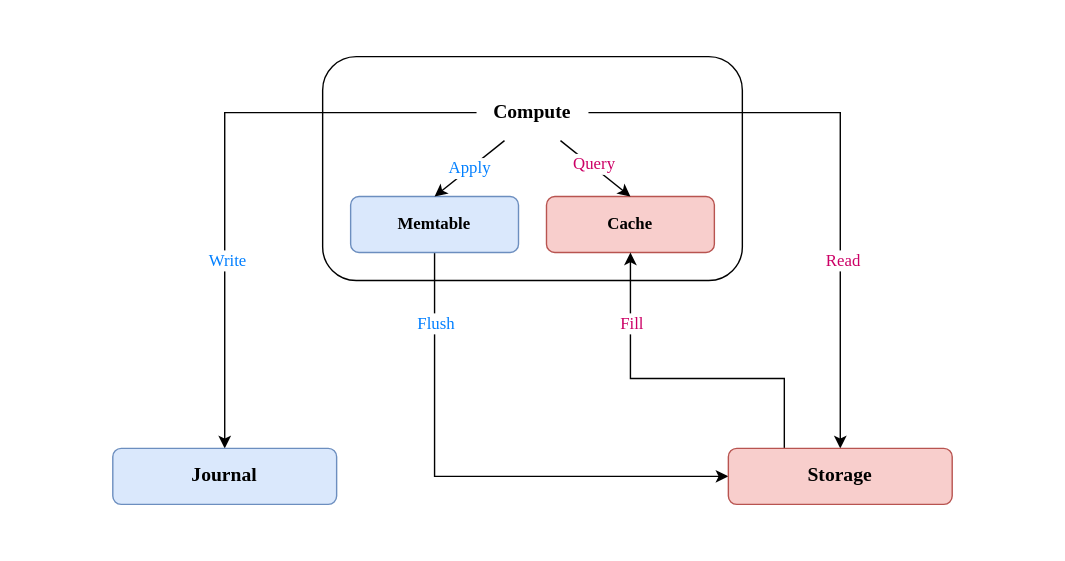
Earlier version of the draw.io export docs/images/20210808-compute-architecture.drawio.svg (engula/engula). Source tidied: cells renumbered, new cells last; positions are measured from the earlier drawing's top-left corner, leaving out a move shared by most shapes.
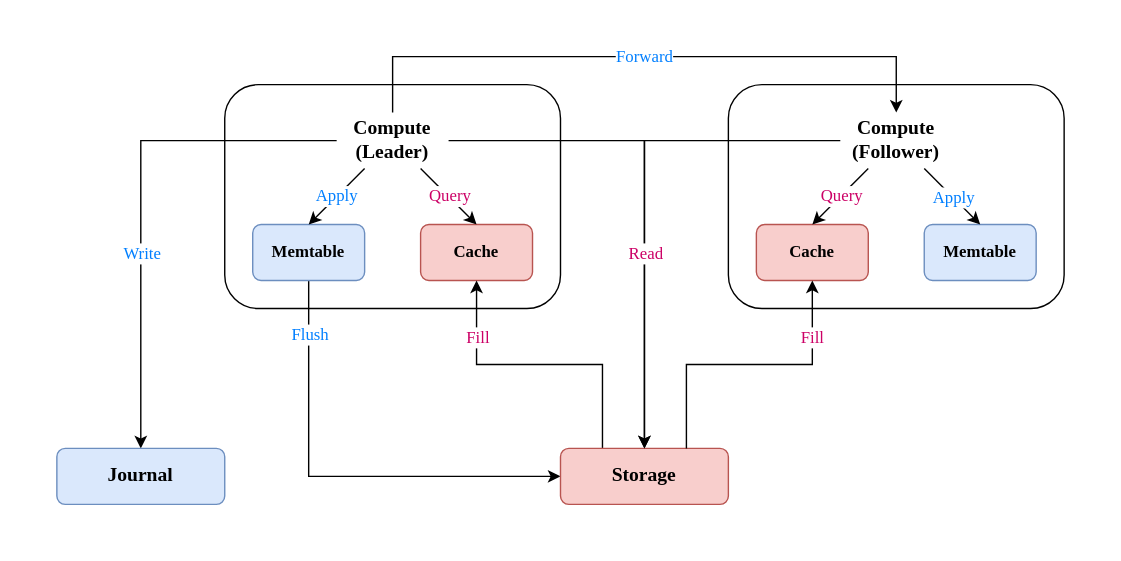
After the change.

The edit, as a diff of the source:
```diff
@@ -2,11 +2,11 @@
   <root>
     <mxCell id="0" />
     <mxCell id="1" parent="0" />
-    <mxCell id="2" style="rounded=0;whiteSpace=wrap;html=1;fontColor=#CC0066;strokeColor=none;" parent="1" vertex="1">
-      <mxGeometry width="760" height="400" as="geometry" />
+    <mxCell id="2" style="rounded=0;whiteSpace=wrap;html=1;strokeColor=none;" parent="1" vertex="1">
+      <mxGeometry y="-40" width="800" height="400" as="geometry" />
     </mxCell>
     <mxCell id="3" style="rounded=1;whiteSpace=wrap;html=1;" parent="1" vertex="1">
-      <mxGeometry x="230" y="40" width="300" height="160" as="geometry" />
+      <mxGeometry x="160" y="20" width="240" height="160" as="geometry" />
     </mxCell>
     <mxCell id="4" style="edgeStyle=orthogonalEdgeStyle;rounded=0;jettySize=auto;html=1;exitX=0.5;exitY=1;exitDx=0;exitDy=0;entryX=0;entryY=0.5;entryDx=0;entryDy=0;" parent="1" edge="1" source="6" target="19">
       <mxGeometry relative="1" as="geometry" />
@@ -17,63 +17,107 @@
       </mxGeometry>
     </mxCell>
     <mxCell id="6" value="&lt;font face=&quot;Operator Mono&quot;&gt;&lt;b&gt;Memtable&lt;/b&gt;&lt;/font&gt;" style="rounded=1;whiteSpace=wrap;html=1;fillColor=#dae8fc;strokeColor=#6c8ebf;" parent="1" vertex="1">
-      <mxGeometry x="250" y="140" width="120" height="40" as="geometry" />
+      <mxGeometry x="180" y="120" width="80" height="40" as="geometry" />
     </mxCell>
     <mxCell id="7" value="&lt;font face=&quot;Operator Mono&quot;&gt;&lt;b&gt;Cache&lt;/b&gt;&lt;/font&gt;" style="rounded=1;whiteSpace=wrap;html=1;fillColor=#f8cecc;strokeColor=#b85450;" parent="1" vertex="1">
-      <mxGeometry x="390" y="140" width="120" height="40" as="geometry" />
+      <mxGeometry x="300" y="120" width="80" height="40" as="geometry" />
     </mxCell>
-    <mxCell id="8" value="&lt;font face=&quot;Operator Mono&quot; style=&quot;font-size: 12px&quot; color=&quot;#007fff&quot;&gt;Apply&lt;/font&gt;" style="rounded=0;jettySize=auto;html=1;exitX=0.25;exitY=1;exitDx=0;exitDy=0;entryX=0.5;entryY=0;entryDx=0;entryDy=0;" parent="1" edge="1" source="15" target="6">
-      <mxGeometry relative="1" as="geometry" />
-    </mxCell>
     <mxCell id="9" style="edgeStyle=orthogonalEdgeStyle;rounded=0;jettySize=auto;html=1;exitX=0;exitY=0.5;exitDx=0;exitDy=0;entryX=0.5;entryY=0;entryDx=0;entryDy=0;" parent="1" edge="1" source="15" target="16">
       <mxGeometry relative="1" as="geometry">
         <Array as="points">
-          <mxPoint x="160" y="80" />
+          <mxPoint x="100" y="60" />
         </Array>
       </mxGeometry>
     </mxCell>
     <mxCell id="10" value="&lt;font face=&quot;Operator Mono&quot; style=&quot;font-size: 12px&quot;&gt;Write&lt;/font&gt;" style="edgeLabel;html=1;align=center;verticalAlign=middle;fontColor=#007FFF;" parent="9" vertex="1">
-      <mxGeometry x="0.36" y="1" relative="1" as="geometry" />
+      <mxGeometry x="0.36" y="1" relative="1" as="geometry">
+        <mxPoint x="-1" y="-24" as="offset" />
+      </mxGeometry>
     </mxCell>
-    <mxCell id="11" style="edgeStyle=orthogonalEdgeStyle;rounded=0;jettySize=auto;html=1;exitX=1;exitY=0.5;exitDx=0;exitDy=0;entryX=0.5;entryY=0;entryDx=0;entryDy=0;" parent="1" edge="1" source="15" target="19">
-      <mxGeometry relative="1" as="geometry">
-        <Array as="points">
-          <mxPoint x="600" y="80" />
-        </Array>
-      </mxGeometry>
-    </mxCell>
-    <mxCell id="12" value="&lt;font face=&quot;Operator Mono&quot; style=&quot;font-size: 12px&quot;&gt;Read&lt;/font&gt;" style="edgeLabel;html=1;align=center;verticalAlign=middle;fontColor=#CC0066;" parent="11" vertex="1">
-      <mxGeometry x="0.36" y="1" relative="1" as="geometry" />
-    </mxCell>
     <mxCell id="13" style="rounded=0;jettySize=auto;html=1;exitX=0.75;exitY=1;exitDx=0;exitDy=0;entryX=0.5;entryY=0;entryDx=0;entryDy=0;" parent="1" edge="1" source="15" target="7">
       <mxGeometry relative="1" as="geometry" />
     </mxCell>
     <mxCell id="14" value="&lt;font face=&quot;Operator Mono&quot; style=&quot;font-size: 12px&quot;&gt;Query&lt;/font&gt;" style="edgeLabel;html=1;align=center;verticalAlign=middle;fontColor=#CC0066;" parent="13" vertex="1">
       <mxGeometry x="-0.15" y="-1" relative="1" as="geometry">
-        <mxPoint x="3" y="-1" as="offset" />
+        <mxPoint x="4" y="2" as="offset" />
       </mxGeometry>
     </mxCell>
+    <mxCell id="8" value="&lt;font face=&quot;Operator Mono&quot; style=&quot;font-size: 12px&quot; color=&quot;#007fff&quot;&gt;Apply&lt;/font&gt;" style="edgeStyle=none;rounded=0;jettySize=auto;html=1;exitX=0.25;exitY=1;exitDx=0;exitDy=0;entryX=0.5;entryY=0;entryDx=0;entryDy=0;" parent="1" edge="1" source="15" target="6">
+      <mxGeometry relative="1" as="geometry" />
+    </mxCell>
-    <mxCell id="15" value="&lt;font face=&quot;Operator Mono&quot; style=&quot;font-size: 14px&quot;&gt;&lt;b&gt;Compute&lt;/b&gt;&lt;/font&gt;" style="text;html=1;strokeColor=none;fillColor=none;align=center;verticalAlign=middle;whiteSpace=wrap;rounded=0;" parent="1" vertex="1">
-      <mxGeometry x="340" y="60" width="80" height="40" as="geometry" />
+    <mxCell id="15" value="&lt;font face=&quot;Operator Mono&quot; style=&quot;font-size: 14px&quot;&gt;&lt;b&gt;Compute&lt;br&gt;(Leader)&lt;br&gt;&lt;/b&gt;&lt;/font&gt;" style="text;html=1;strokeColor=none;fillColor=none;align=center;verticalAlign=middle;whiteSpace=wrap;rounded=0;" parent="1" vertex="1">
+      <mxGeometry x="240" y="40" width="80" height="40" as="geometry" />
     </mxCell>
     <mxCell id="16" value="&lt;font face=&quot;Operator Mono&quot; style=&quot;font-size: 14px&quot;&gt;&lt;b&gt;Journal&lt;/b&gt;&lt;/font&gt;" style="rounded=1;whiteSpace=wrap;html=1;fillColor=#dae8fc;strokeColor=#6c8ebf;" parent="1" vertex="1">
-      <mxGeometry x="80" y="320" width="160" height="40" as="geometry" />
+      <mxGeometry x="40" y="280" width="120" height="40" as="geometry" />
     </mxCell>
     <mxCell id="17" style="rounded=0;jettySize=auto;html=1;exitX=0.25;exitY=0;exitDx=0;exitDy=0;entryX=0.5;entryY=1;entryDx=0;entryDy=0;edgeStyle=orthogonalEdgeStyle;" parent="1" edge="1" source="19" target="7">
-      <mxGeometry relative="1" as="geometry">
-        <Array as="points">
-          <mxPoint x="560" y="270" />
-          <mxPoint x="450" y="270" />
-        </Array>
-      </mxGeometry>
+      <mxGeometry relative="1" as="geometry" />
     </mxCell>
     <mxCell id="18" value="&lt;font face=&quot;Operator Mono&quot; style=&quot;font-size: 12px&quot;&gt;Fill&lt;/font&gt;" style="edgeLabel;html=1;align=center;verticalAlign=middle;fontColor=#CC0066;" parent="17" vertex="1">
       <mxGeometry x="-0.03" y="-1" relative="1" as="geometry">
-        <mxPoint x="-39" y="-39" as="offset" />
+        <mxPoint x="-49" y="-19" as="offset" />
       </mxGeometry>
     </mxCell>
     <mxCell id="19" value="&lt;font face=&quot;Operator Mono&quot; style=&quot;font-size: 14px&quot;&gt;&lt;b&gt;Storage&lt;/b&gt;&lt;/font&gt;" style="rounded=1;whiteSpace=wrap;html=1;fillColor=#f8cecc;strokeColor=#b85450;" parent="1" vertex="1">
-      <mxGeometry x="520" y="320" width="160" height="40" as="geometry" />
+      <mxGeometry x="400" y="280" width="120" height="40" as="geometry" />
     </mxCell>
+    <mxCell id="20" style="rounded=1;whiteSpace=wrap;html=1;" parent="1" vertex="1">
+      <mxGeometry x="520" y="20" width="240" height="160" as="geometry" />
+    </mxCell>
+    <mxCell id="21" value="&lt;font face=&quot;Operator Mono&quot;&gt;&lt;b&gt;Cache&lt;/b&gt;&lt;/font&gt;" style="rounded=1;whiteSpace=wrap;html=1;fillColor=#f8cecc;strokeColor=#b85450;" parent="1" vertex="1">
+      <mxGeometry x="540" y="120" width="80" height="40" as="geometry" />
+    </mxCell>
+    <mxCell id="22" value="&lt;font face=&quot;Operator Mono&quot;&gt;&lt;b&gt;Memtable&lt;/b&gt;&lt;/font&gt;" style="rounded=1;whiteSpace=wrap;html=1;fillColor=#dae8fc;strokeColor=#6c8ebf;" parent="1" vertex="1">
+      <mxGeometry x="660" y="120" width="80" height="40" as="geometry" />
+    </mxCell>
+    <mxCell id="23" style="rounded=0;jettySize=auto;html=1;exitX=0.25;exitY=1;exitDx=0;exitDy=0;entryX=0.5;entryY=0;entryDx=0;entryDy=0;" parent="1" edge="1" source="28" target="21">
+      <mxGeometry relative="1" as="geometry" />
+    </mxCell>
+    <mxCell id="24" value="&lt;font face=&quot;Operator Mono&quot; style=&quot;font-size: 12px&quot; color=&quot;#cc0066&quot;&gt;Query&lt;/font&gt;" style="edgeLabel;html=1;align=center;verticalAlign=middle;" parent="23" vertex="1">
+      <mxGeometry x="-0.1" relative="1" as="geometry">
+        <mxPoint x="-2" y="2" as="offset" />
+      </mxGeometry>
+    </mxCell>
+    <mxCell id="25" style="edgeStyle=none;rounded=0;jettySize=auto;html=1;exitX=0.75;exitY=1;exitDx=0;exitDy=0;entryX=0.5;entryY=0;entryDx=0;entryDy=0;" parent="1" edge="1" source="28" target="22">
+      <mxGeometry relative="1" as="geometry" />
+    </mxCell>
+    <mxCell id="26" value="&lt;font face=&quot;Operator Mono&quot; style=&quot;font-size: 12px&quot; color=&quot;#007fff&quot;&gt;Apply&lt;/font&gt;" style="edgeLabel;html=1;align=center;verticalAlign=middle;" parent="25" vertex="1">
+      <mxGeometry x="-0.05" relative="1" as="geometry">
+        <mxPoint x="1" y="1" as="offset" />
+      </mxGeometry>
+    </mxCell>
+    <mxCell id="27" style="edgeStyle=orthogonalEdgeStyle;rounded=0;jettySize=auto;html=1;exitX=0;exitY=0.5;exitDx=0;exitDy=0;entryX=0.5;entryY=0;entryDx=0;entryDy=0;" parent="1" edge="1" source="28" target="19">
+      <mxGeometry relative="1" as="geometry" />
+    </mxCell>
+    <mxCell id="28" value="&lt;font face=&quot;Operator Mono&quot; style=&quot;font-size: 14px&quot;&gt;&lt;b&gt;Compute&lt;br&gt;(Follower)&lt;br&gt;&lt;/b&gt;&lt;/font&gt;" style="text;html=1;strokeColor=none;fillColor=none;align=center;verticalAlign=middle;whiteSpace=wrap;rounded=0;" parent="1" vertex="1">
+      <mxGeometry x="600" y="40" width="80" height="40" as="geometry" />
+    </mxCell>
+    <mxCell id="29" value="&lt;font face=&quot;Operator Mono&quot; style=&quot;font-size: 12px&quot; color=&quot;#007fff&quot;&gt;Forward&lt;/font&gt;" style="edgeStyle=orthogonalEdgeStyle;rounded=0;jettySize=auto;html=1;exitX=0.5;exitY=0;exitDx=0;exitDy=0;entryX=0.5;entryY=0;entryDx=0;entryDy=0;" parent="1" edge="1" source="15" target="28">
+      <mxGeometry relative="1" as="geometry">
+        <Array as="points">
+          <mxPoint x="280" />
+          <mxPoint x="640" />
+        </Array>
+      </mxGeometry>
+    </mxCell>
+    <mxCell id="30" style="edgeStyle=orthogonalEdgeStyle;rounded=0;jettySize=auto;html=1;exitX=0.75;exitY=0;exitDx=0;exitDy=0;entryX=0.5;entryY=1;entryDx=0;entryDy=0;" parent="1" edge="1" source="19" target="21">
+      <mxGeometry relative="1" as="geometry" />
+    </mxCell>
+    <mxCell id="31" value="&lt;font face=&quot;Operator Mono&quot; style=&quot;font-size: 12px&quot; color=&quot;#cc0066&quot;&gt;Fill&lt;/font&gt;" style="edgeLabel;html=1;align=center;verticalAlign=middle;" parent="30" vertex="1">
+      <mxGeometry x="0.62" y="1" relative="1" as="geometry" />
+    </mxCell>
+    <mxCell id="11" style="edgeStyle=orthogonalEdgeStyle;rounded=0;jettySize=auto;html=1;exitX=1;exitY=0.5;exitDx=0;exitDy=0;entryX=0.5;entryY=0;entryDx=0;entryDy=0;" parent="1" edge="1" source="15" target="19">
+      <mxGeometry relative="1" as="geometry">
+        <Array as="points">
+          <mxPoint x="460" y="60" />
+        </Array>
+      </mxGeometry>
+    </mxCell>
+    <mxCell id="12" value="&lt;font face=&quot;Operator Mono&quot; style=&quot;font-size: 12px&quot;&gt;Read&lt;/font&gt;" style="edgeLabel;html=1;align=center;verticalAlign=middle;fontColor=#CC0066;" parent="11" vertex="1">
+      <mxGeometry x="0.36" y="1" relative="1" as="geometry">
+        <mxPoint x="-1" y="-24" as="offset" />
+      </mxGeometry>
+    </mxCell>
   </root>
 </mxGraphModel>
```
